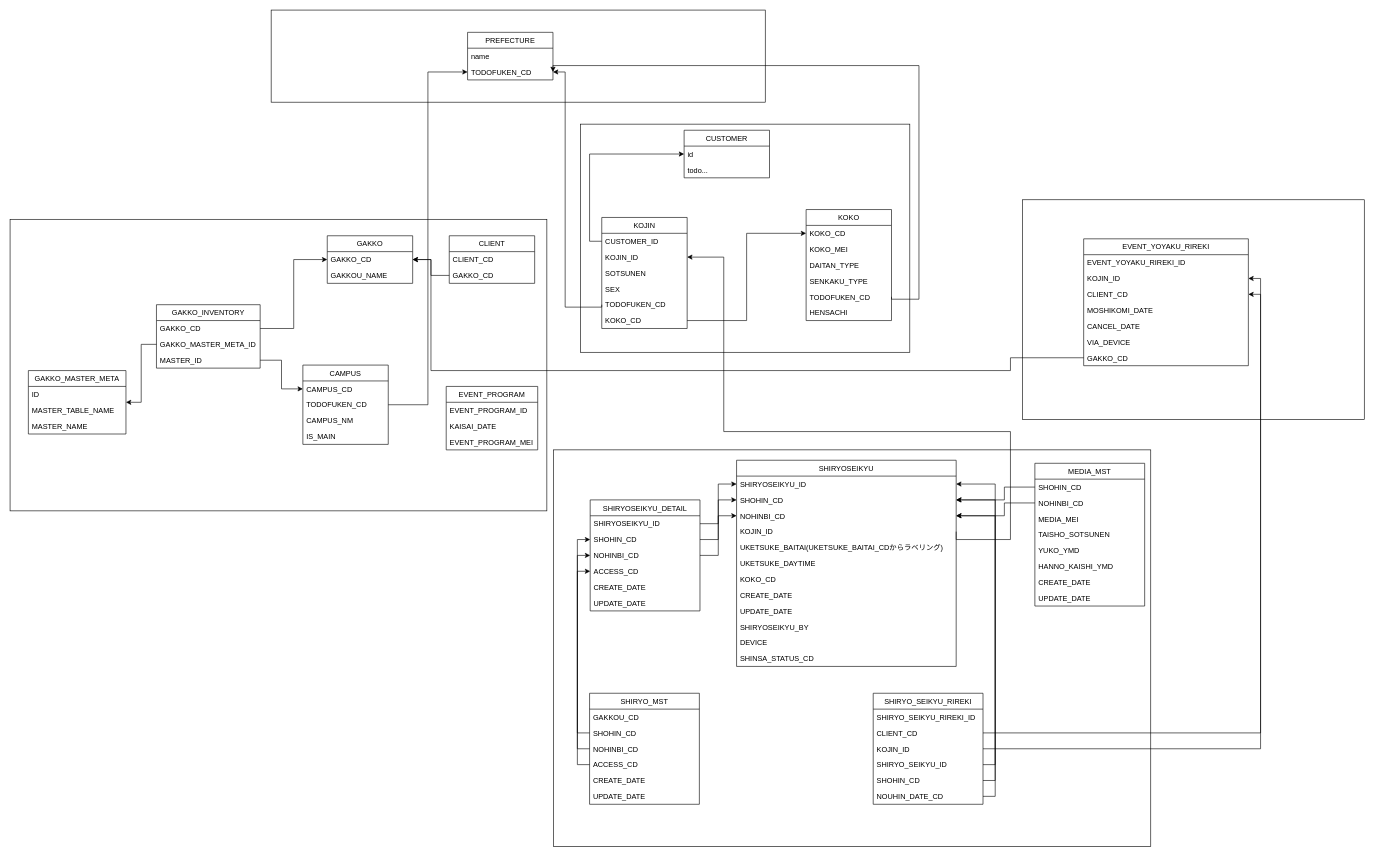
Earlier version of the draw.io diagram page "Page-9" (9 of 9) of learning bloc.drawio (newuniverse/diagrams). Source tidied: cells renumbered, new cells numbered last; positions are measured from the earlier drawing's top-left corner, leaving out a move shared by most shapes. Both pictures are drawn from the tidied source at 61%, with x=0, y=0 at pixel (10, 10).
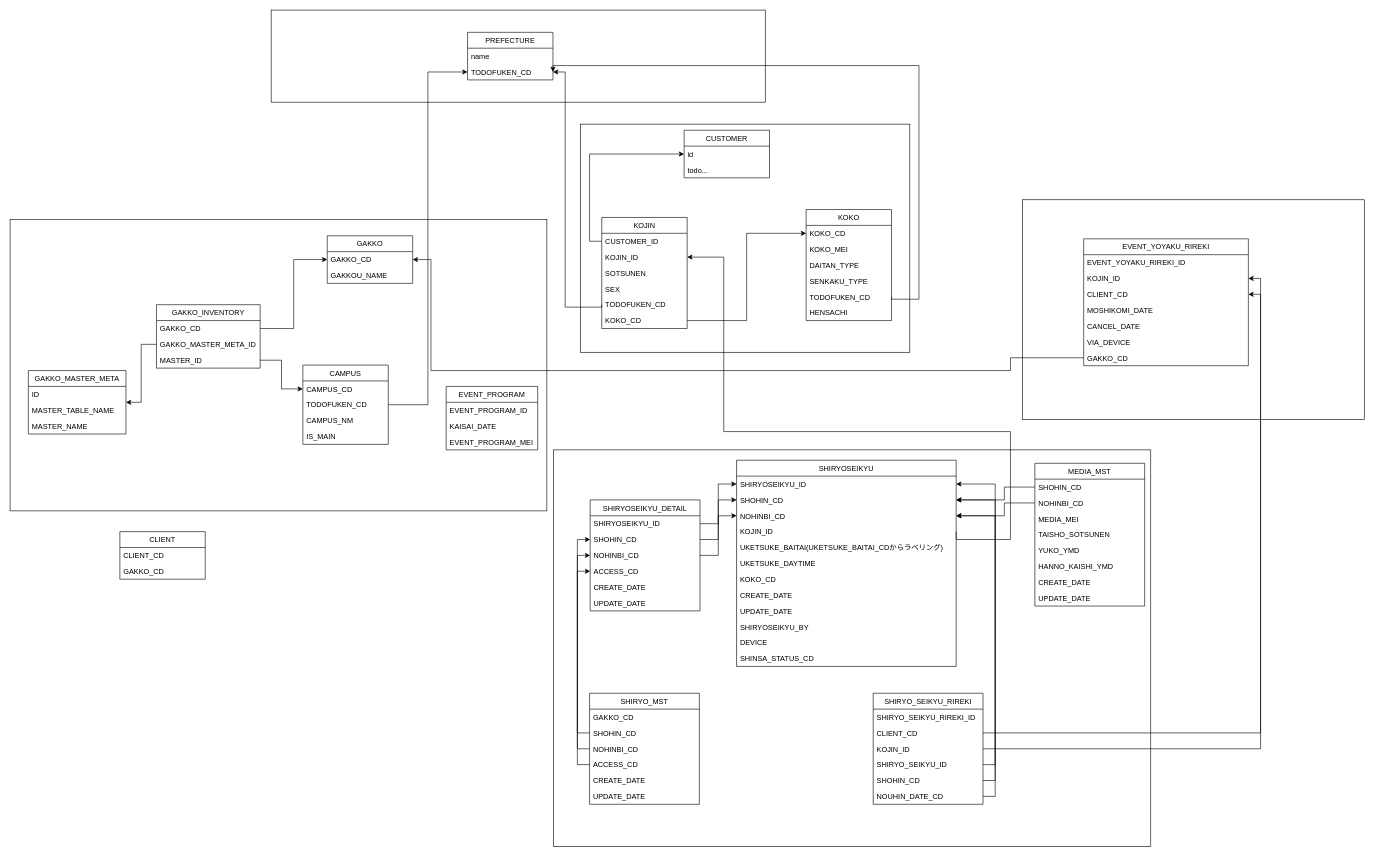
Above is the later version.

Unchanged cells that the change refers to:
```xml
<mxCell id="8" value="GAKKO_CD" style="text;strokeColor=none;fillColor=none;align=left;verticalAlign=top;spacingLeft=4;spacingRight=4;overflow=hidden;points=[[0,0.5],[1,0.5]];portConstraint=eastwest;" parent="7" vertex="1">
  <mxGeometry y="26" width="140" height="26" as="geometry" />
</mxCell>
<mxCell id="63" value="SHIRYO_MST" style="swimlane;fontStyle=0;horizontal=1;startSize=26;fillColor=none;" parent="1" vertex="1">
  <mxGeometry x="950" y="1120" width="180" height="182" as="geometry" />
</mxCell>
<mxCell id="84" value="GAKKO_CD" style="text;strokeColor=none;fillColor=none;align=left;verticalAlign=top;spacingLeft=4;spacingRight=4;overflow=hidden;points=[[0,0.5],[1,0.5]];portConstraint=eastwest;" parent="82" vertex="1">
  <mxGeometry y="52" width="140" height="26" as="geometry" />
</mxCell>
```

Diff of the diagram source:
```diff
@@
-    <mxCell id="64" value="GAKKOU_CD" style="text;strokeColor=none;fillColor=none;align=left;verticalAlign=top;spacingLeft=4;spacingRight=4;overflow=hidden;" parent="63" vertex="1">
+    <mxCell id="64" value="GAKKO_CD" style="text;strokeColor=none;fillColor=none;align=left;verticalAlign=top;spacingLeft=4;spacingRight=4;overflow=hidden;" parent="63" vertex="1">
       <mxGeometry y="26" width="180" height="26" as="geometry" />
     </mxCell>
@@
     <mxCell id="82" value="CLIENT" style="swimlane;fontStyle=0;horizontal=1;startSize=26;fillColor=none;" parent="1" vertex="1">
-      <mxGeometry x="720" y="370" width="140" height="78" as="geometry" />
+      <mxGeometry x="180" y="855" width="140" height="78" as="geometry" />
     </mxCell>
@@
-    <mxCell id="85" style="edgeStyle=orthogonalEdgeStyle;rounded=0;jettySize=auto;html=1;exitX=0;exitY=0.5;exitDx=0;exitDy=0;entryX=1;entryY=0.5;entryDx=0;entryDy=0;" parent="1" edge="1" source="84" target="8">
-      <mxGeometry relative="1" as="geometry" />
-    </mxCell>
```
